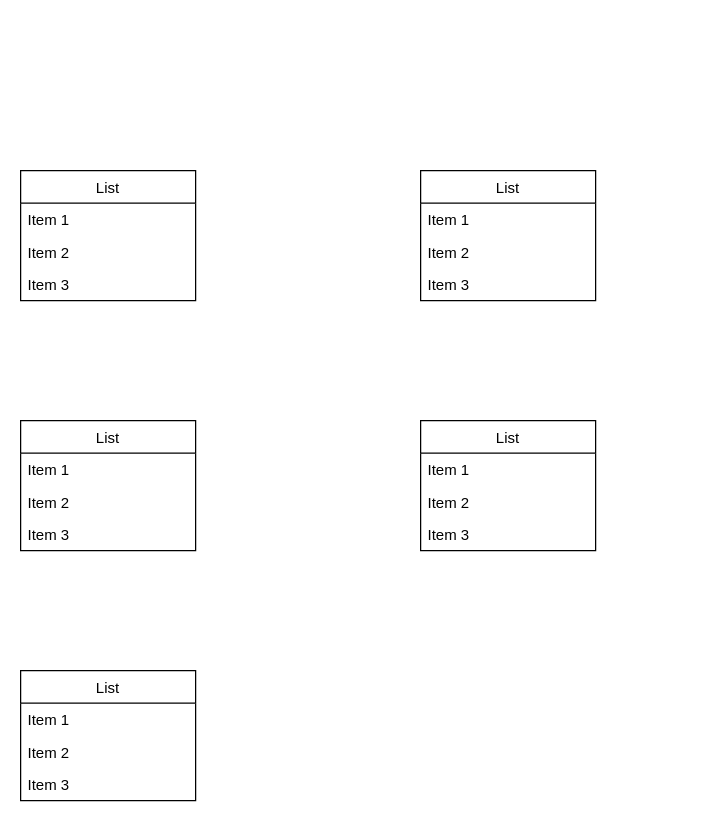
This is Stage2.drawio from neo99zhang/CS411-Project-Tornado-Music, a draw.io file, before an edit. Source tidied: cells renumbered, new cells numbered last; positions are measured from the earlier drawing's top-left corner, leaving out a move shared by most shapes. Both pictures are drawn from the tidied source at 125%, with x=0, y=0 at pixel (20, 170).
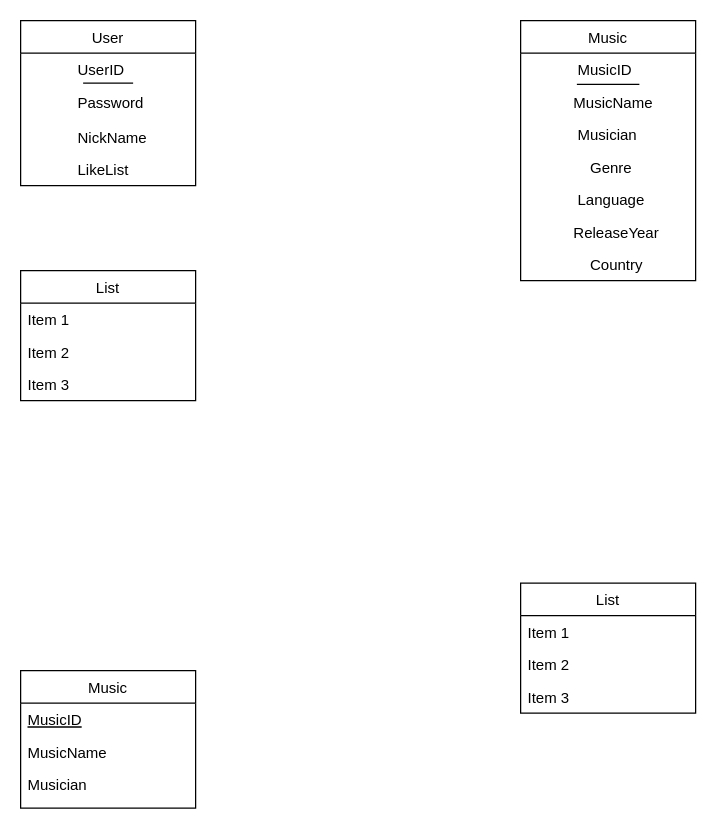
The same page after the edit.

The edit, as a diff of the source:
```diff
@@
-    <mxCell id="2" value="List" style="swimlane;fontStyle=0;horizontal=1;startSize=26;" parent="1" vertex="1">
-      <mxGeometry width="140" height="104" as="geometry" />
+    <mxCell id="2" value="User" style="swimlane;fontStyle=0;horizontal=1;startSize=26;" parent="1" vertex="1">
+      <mxGeometry y="-120" width="140" height="132" as="geometry" />
     </mxCell>
-    <mxCell id="3" value="Item 1" style="text;strokeColor=none;fillColor=none;align=left;verticalAlign=top;spacingLeft=4;spacingRight=4;overflow=hidden;" parent="2" vertex="1">
+    <mxCell id="3" value="            UserID" style="text;strokeColor=none;fillColor=none;align=left;verticalAlign=top;spacingLeft=4;spacingRight=4;overflow=hidden;" parent="2" vertex="1">
       <mxGeometry y="26" width="140" height="26" as="geometry" />
     </mxCell>
+    <mxCell id="22" style="endArrow=none;html=1;" parent="2" edge="1">
+      <mxGeometry relative="1" as="geometry">
+        <mxPoint x="50" y="50" as="sourcePoint" />
+        <mxPoint x="90" y="50" as="targetPoint" />
+        <Array as="points">
+          <mxPoint x="70" y="50" />
+        </Array>
+      </mxGeometry>
+    </mxCell>
-    <mxCell id="4" value="Item 2" style="text;strokeColor=none;fillColor=none;align=left;verticalAlign=top;spacingLeft=4;spacingRight=4;overflow=hidden;" parent="2" vertex="1">
-      <mxGeometry y="52" width="140" height="26" as="geometry" />
+    <mxCell id="4" value="            Password" style="text;strokeColor=none;fillColor=none;align=left;verticalAlign=top;spacingLeft=4;spacingRight=4;overflow=hidden;" parent="2" vertex="1">
+      <mxGeometry y="52" width="140" height="28" as="geometry" />
     </mxCell>
-    <mxCell id="5" value="Item 3" style="text;strokeColor=none;fillColor=none;align=left;verticalAlign=top;spacingLeft=4;spacingRight=4;overflow=hidden;" parent="2" vertex="1">
-      <mxGeometry y="78" width="140" height="26" as="geometry" />
+    <mxCell id="5" value="            NickName" style="text;strokeColor=none;fillColor=none;align=left;verticalAlign=top;spacingLeft=4;spacingRight=4;overflow=hidden;" parent="2" vertex="1">
+      <mxGeometry y="80" width="140" height="26" as="geometry" />
     </mxCell>
+    <mxCell id="23" value="            LikeList" style="text;strokeColor=none;fillColor=none;align=left;verticalAlign=top;spacingLeft=4;spacingRight=4;overflow=hidden;" parent="2" vertex="1">
+      <mxGeometry y="106" width="140" height="26" as="geometry" />
+    </mxCell>
-    <mxCell id="6" value="List" style="swimlane;fontStyle=0;horizontal=1;startSize=26;" parent="1" vertex="1">
-      <mxGeometry x="320" width="140" height="104" as="geometry" />
+    <mxCell id="6" value="Music" style="swimlane;fontStyle=0;horizontal=1;startSize=26;" parent="1" vertex="1">
+      <mxGeometry x="400" y="-120" width="140" height="208" as="geometry" />
     </mxCell>
-    <mxCell id="7" value="Item 1" style="text;strokeColor=none;fillColor=none;align=left;verticalAlign=top;spacingLeft=4;spacingRight=4;overflow=hidden;" parent="6" vertex="1">
+    <mxCell id="7" value="            MusicID" style="text;strokeColor=none;fillColor=none;align=left;verticalAlign=top;spacingLeft=4;spacingRight=4;overflow=hidden;" parent="6" vertex="1">
       <mxGeometry y="26" width="140" height="26" as="geometry" />
     </mxCell>
+    <mxCell id="24" style="endArrow=none;html=1;" parent="6" edge="1">
+      <mxGeometry relative="1" as="geometry">
+        <mxPoint x="45" y="51" as="sourcePoint" />
+        <mxPoint x="95" y="51" as="targetPoint" />
+      </mxGeometry>
+    </mxCell>
-    <mxCell id="8" value="Item 2" style="text;strokeColor=none;fillColor=none;align=left;verticalAlign=top;spacingLeft=4;spacingRight=4;overflow=hidden;" parent="6" vertex="1">
+    <mxCell id="8" value="           MusicName" style="text;strokeColor=none;fillColor=none;align=left;verticalAlign=top;spacingLeft=4;spacingRight=4;overflow=hidden;" parent="6" vertex="1">
       <mxGeometry y="52" width="140" height="26" as="geometry" />
     </mxCell>
-    <mxCell id="9" value="Item 3" style="text;strokeColor=none;fillColor=none;align=left;verticalAlign=top;spacingLeft=4;spacingRight=4;overflow=hidden;" parent="6" vertex="1">
+    <mxCell id="9" value="            Musician" style="text;strokeColor=none;fillColor=none;align=left;verticalAlign=top;spacingLeft=4;spacingRight=4;overflow=hidden;" parent="6" vertex="1">
       <mxGeometry y="78" width="140" height="26" as="geometry" />
     </mxCell>
+    <mxCell id="25" value="               Genre   " style="text;strokeColor=none;fillColor=none;align=left;verticalAlign=top;spacingLeft=4;spacingRight=4;overflow=hidden;" parent="6" vertex="1">
+      <mxGeometry y="104" width="140" height="26" as="geometry" />
+    </mxCell>
+    <mxCell id="26" value="            Language" style="text;strokeColor=none;fillColor=none;align=left;verticalAlign=top;spacingLeft=4;spacingRight=4;overflow=hidden;" parent="6" vertex="1">
+      <mxGeometry y="130" width="140" height="26" as="geometry" />
+    </mxCell>
+    <mxCell id="27" value="           ReleaseYear" style="text;strokeColor=none;fillColor=none;align=left;verticalAlign=top;spacingLeft=4;spacingRight=4;overflow=hidden;" parent="6" vertex="1">
+      <mxGeometry y="156" width="140" height="26" as="geometry" />
+    </mxCell>
+    <mxCell id="28" value="               Country" style="text;strokeColor=none;fillColor=none;align=left;verticalAlign=top;spacingLeft=4;spacingRight=4;overflow=hidden;" parent="6" vertex="1">
+      <mxGeometry y="182" width="140" height="26" as="geometry" />
+    </mxCell>
     <mxCell id="10" value="List" style="swimlane;fontStyle=0;horizontal=1;startSize=26;" parent="1" vertex="1">
-      <mxGeometry y="200" width="140" height="104" as="geometry" />
+      <mxGeometry y="80" width="140" height="104" as="geometry" />
     </mxCell>
@@
     <mxCell id="14" value="List" style="swimlane;fontStyle=0;horizontal=1;startSize=26;" parent="1" vertex="1">
-      <mxGeometry x="320" y="200" width="140" height="104" as="geometry" />
+      <mxGeometry x="400" y="330" width="140" height="104" as="geometry" />
     </mxCell>
@@
-    <mxCell id="18" value="List" style="swimlane;fontStyle=0;horizontal=1;startSize=26;" parent="1" vertex="1">
-      <mxGeometry y="400" width="140" height="104" as="geometry" />
+    <mxCell id="18" value="Music" style="swimlane;fontStyle=0;horizontal=1;startSize=26;" parent="1" vertex="1">
+      <mxGeometry y="400" width="140" height="110" as="geometry" />
     </mxCell>
-    <mxCell id="19" value="Item 1" style="text;strokeColor=none;fillColor=none;align=left;verticalAlign=top;spacingLeft=4;spacingRight=4;overflow=hidden;" parent="18" vertex="1">
+    <mxCell id="19" value="MusicID" style="text;strokeColor=none;fillColor=none;align=left;verticalAlign=top;spacingLeft=4;spacingRight=4;overflow=hidden;fontStyle=4;" parent="18" vertex="1">
       <mxGeometry y="26" width="140" height="26" as="geometry" />
     </mxCell>
-    <mxCell id="20" value="Item 2" style="text;strokeColor=none;fillColor=none;align=left;verticalAlign=top;spacingLeft=4;spacingRight=4;overflow=hidden;" parent="18" vertex="1">
+    <mxCell id="20" value="MusicName" style="text;strokeColor=none;fillColor=none;align=left;verticalAlign=top;spacingLeft=4;spacingRight=4;overflow=hidden;" parent="18" vertex="1">
       <mxGeometry y="52" width="140" height="26" as="geometry" />
     </mxCell>
-    <mxCell id="21" value="Item 3" style="text;strokeColor=none;fillColor=none;align=left;verticalAlign=top;spacingLeft=4;spacingRight=4;overflow=hidden;" parent="18" vertex="1">
-      <mxGeometry y="78" width="140" height="26" as="geometry" />
+    <mxCell id="21" value="Musician" style="text;strokeColor=none;fillColor=none;align=left;verticalAlign=top;spacingLeft=4;spacingRight=4;overflow=hidden;" parent="18" vertex="1">
+      <mxGeometry y="78" width="140" height="32" as="geometry" />
     </mxCell>
```
